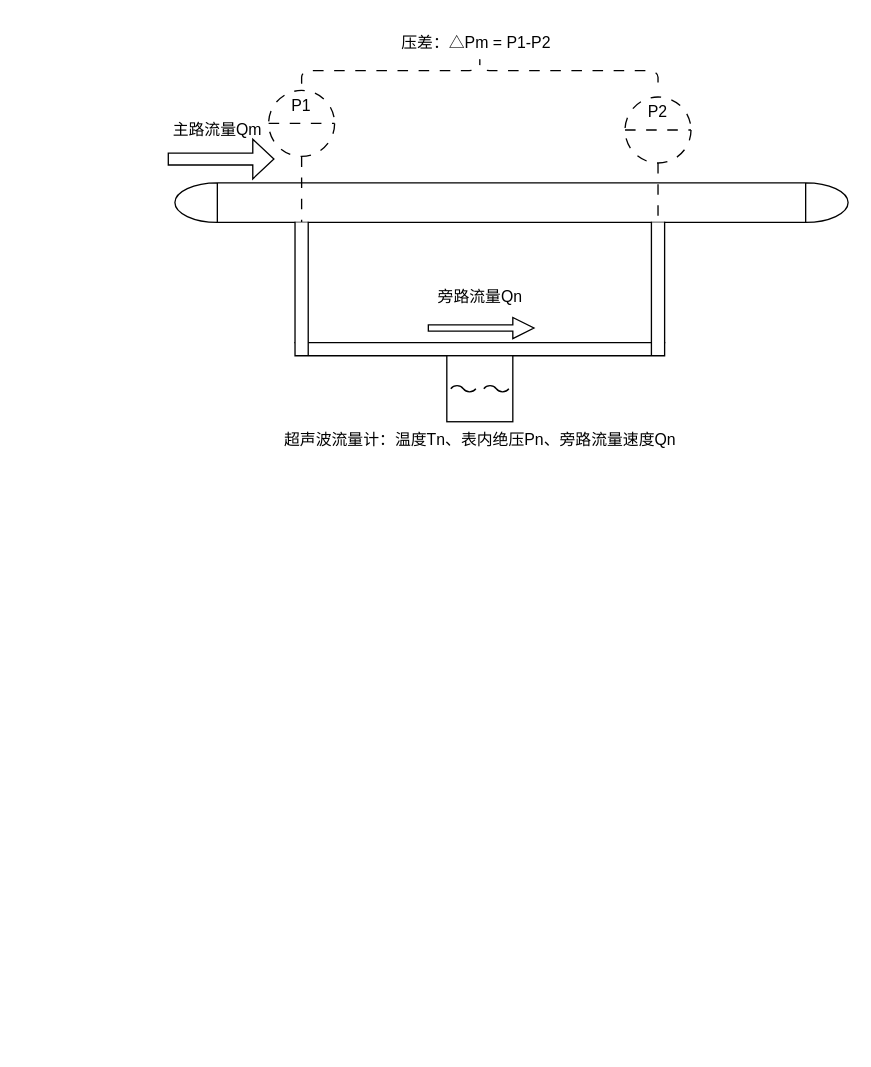
This is TinyMLMeter方案.drawio from xudong8/draw-io, a draw.io file, before an edit. Source tidied: cells renumbered, new cells numbered last; positions are measured from the earlier drawing's top-left corner, leaving out a move shared by most shapes. Both pictures are drawn from the tidied source at 132%, with x=0, y=0 at pixel (157, -108).
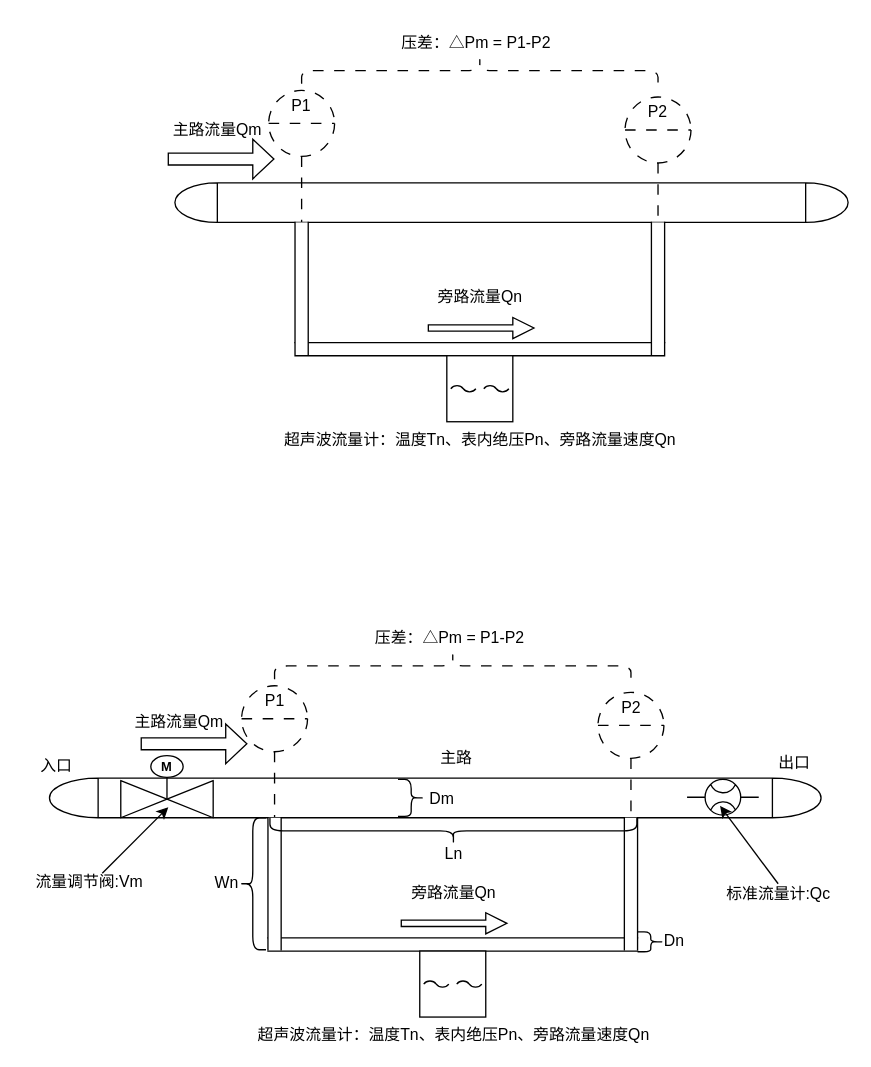
The same diagram, later.

Change to the diagram source:
```diff
@@
+    <mxCell id="15" style="shape=mxgraph.pid.vessels.drum_or_condenser;html=1;align=center;verticalLabelPosition=bottom;verticalAlign=top;dashed=0;" parent="1" vertex="1">
+      <mxGeometry x="-82" y="671" width="584.5" height="30" as="geometry" />
+    </mxCell>
+    <mxCell id="16" style="html=1;dashed=0;whiteSpace=wrap;shape=partialRectangle;right=0;left=0;" parent="1" vertex="1">
+      <mxGeometry x="83.5" y="792" width="280" height="10" as="geometry" />
+    </mxCell>
+    <mxCell id="17" value="超声波流量计：温度Tn、表内绝压Pn、旁路流量速度Qn" style="verticalLabelPosition=bottom;align=center;dashed=0;html=1;verticalAlign=top;shape=mxgraph.pid.flow_sensors.ultrasonic;" parent="1" vertex="1">
+      <mxGeometry x="198.5" y="802" width="50" height="50" as="geometry" />
+    </mxCell>
+    <mxCell id="18" value="&lt;table cellpadding=&quot;0&quot; cellspacing=&quot;0&quot; style=&quot;font-size:1em;width:100%;height:100%;&quot;&gt;&lt;tbody&gt;&lt;tr&gt;&lt;td align=&quot;center&quot; height=&quot;25&quot;&gt;P1&lt;/td&gt;&lt;/tr&gt;&lt;tr&gt;&lt;td align=&quot;center&quot; height=&quot;25&quot;&gt;&lt;br&gt;&lt;/td&gt;&lt;/tr&gt;&lt;tr&gt;&lt;td align=&quot;center&quot; valign=&quot;bottom&quot;&gt;&lt;/td&gt;&lt;/tr&gt;&lt;/tbody&gt;&lt;/table&gt;" style="html=1;align=center;dashed=1;shape=mxgraph.pid2inst.indicator;mounting=room;overflow=fill;indType=inst;dashPattern=8 8;" parent="1" vertex="1">
+      <mxGeometry x="63.5" y="601" width="50" height="100" as="geometry" />
+    </mxCell>
+    <mxCell id="19" value="&lt;table cellpadding=&quot;0&quot; cellspacing=&quot;0&quot; style=&quot;font-size:1em;width:100%;height:100%;&quot;&gt;&lt;tbody&gt;&lt;tr&gt;&lt;td align=&quot;center&quot; height=&quot;25&quot;&gt;P2&lt;/td&gt;&lt;/tr&gt;&lt;tr&gt;&lt;td align=&quot;center&quot; height=&quot;25&quot;&gt;&lt;br&gt;&lt;/td&gt;&lt;/tr&gt;&lt;tr&gt;&lt;td align=&quot;center&quot; valign=&quot;bottom&quot;&gt;&lt;/td&gt;&lt;/tr&gt;&lt;/tbody&gt;&lt;/table&gt;" style="html=1;align=center;dashed=1;shape=mxgraph.pid2inst.indicator;mounting=room;overflow=fill;indType=inst;dashPattern=8 8;" parent="1" vertex="1">
+      <mxGeometry x="333.5" y="606" width="50" height="100" as="geometry" />
+    </mxCell>
+    <mxCell id="20" style="html=1;dashed=0;whiteSpace=wrap;shape=partialRectangle;right=0;left=0;rotation=-90;" parent="1" vertex="1">
+      <mxGeometry x="308.5" y="746" width="100" height="10" as="geometry" />
+    </mxCell>
+    <mxCell id="21" style="html=1;dashed=0;whiteSpace=wrap;shape=partialRectangle;right=0;left=0;rotation=-90;" parent="1" vertex="1">
+      <mxGeometry x="38.5" y="746" width="100" height="10" as="geometry" />
+    </mxCell>
+    <mxCell id="22" style="shape=singleArrow;whiteSpace=wrap;html=1;" parent="1" vertex="1">
+      <mxGeometry x="-12.5" y="630" width="80" height="30" as="geometry" />
+    </mxCell>
+    <mxCell id="23" style="shape=singleArrow;whiteSpace=wrap;html=1;" parent="1" vertex="1">
+      <mxGeometry x="184.5" y="773" width="80" height="16" as="geometry" />
+    </mxCell>
+    <mxCell id="24" value="主路流量Qm" style="text;html=1;align=center;verticalAlign=middle;strokeColor=none;fillColor=none;" parent="1" vertex="1">
+      <mxGeometry x="-29.5" y="614" width="90" height="30" as="geometry" />
+    </mxCell>
+    <mxCell id="25" value="旁路流量Qn" style="text;html=1;align=center;verticalAlign=middle;strokeColor=none;fillColor=none;" parent="1" vertex="1">
+      <mxGeometry x="178.5" y="743" width="90" height="30" as="geometry" />
+    </mxCell>
+    <mxCell id="26" style="shape=curlyBracket;whiteSpace=wrap;html=1;rounded=1;flipH=1;labelPosition=right;verticalLabelPosition=middle;align=left;verticalAlign=middle;rotation=-90;dashed=1;dashPattern=8 8;" parent="1" vertex="1">
+      <mxGeometry x="213.5" y="451" width="20" height="270" as="geometry" />
+    </mxCell>
+    <mxCell id="27" value="压差：△Pm = P1-P2" style="text;html=1;align=center;verticalAlign=middle;strokeColor=none;fillColor=none;dashed=1;dashPattern=8 8;" parent="1" vertex="1">
+      <mxGeometry x="155.5" y="550" width="130" height="30" as="geometry" />
+    </mxCell>
+    <mxCell id="28" style="verticalLabelPosition=bottom;align=center;html=1;verticalAlign=top;dashed=0;shape=mxgraph.pid2valves.valve;valveType=gate;actuator=motor;direction=east;" parent="1" vertex="1">
+      <mxGeometry x="-28" y="654" width="70" height="47" as="geometry" />
+    </mxCell>
+    <mxCell id="29" value="入口" style="text;html=1;align=center;verticalAlign=middle;strokeColor=none;fillColor=none;" parent="1" vertex="1">
+      <mxGeometry x="-98" y="649" width="42" height="26" as="geometry" />
+    </mxCell>
+    <mxCell id="30" value="出口" style="text;html=1;align=center;verticalAlign=middle;strokeColor=none;fillColor=none;" parent="1" vertex="1">
+      <mxGeometry x="461" y="647" width="42" height="26" as="geometry" />
+    </mxCell>
+    <mxCell id="31" value="主路" style="text;html=1;align=center;verticalAlign=middle;strokeColor=none;fillColor=none;" parent="1" vertex="1">
+      <mxGeometry x="205" y="643" width="42" height="26" as="geometry" />
+    </mxCell>
+    <mxCell id="32" style="verticalLabelPosition=bottom;html=1;verticalAlign=top;fillColor=strokeColor;align=center;shape=mxgraph.fluid_power.x11910;direction=south;" parent="1" vertex="1">
+      <mxGeometry x="401" y="672" width="54.3" height="27" as="geometry" />
+    </mxCell>
+    <mxCell id="33" style="endArrow=classic;html=1;rounded=0;" parent="1" edge="1">
+      <mxGeometry relative="1" as="geometry">
+        <mxPoint x="-42" y="743" as="sourcePoint" />
+        <mxPoint x="8" y="693" as="targetPoint" />
+      </mxGeometry>
+    </mxCell>
+    <mxCell id="34" value="流量调节阀:Vm" style="text;html=1;align=center;verticalAlign=middle;strokeColor=none;fillColor=none;" parent="1" vertex="1">
+      <mxGeometry x="-102" y="737" width="99" height="26" as="geometry" />
+    </mxCell>
+    <mxCell id="35" style="endArrow=classic;html=1;rounded=0;" parent="1" edge="1">
+      <mxGeometry relative="1" as="geometry">
+        <mxPoint x="470" y="751" as="sourcePoint" />
+        <mxPoint x="426" y="692" as="targetPoint" />
+      </mxGeometry>
+    </mxCell>
+    <mxCell id="36" value="标准流量计:Qc" style="text;html=1;align=center;verticalAlign=middle;strokeColor=none;fillColor=none;" parent="1" vertex="1">
+      <mxGeometry x="421" y="746" width="97" height="26" as="geometry" />
+    </mxCell>
+    <mxCell id="37" style="shape=curlyBracket;whiteSpace=wrap;html=1;rounded=1;flipH=1;labelPosition=right;verticalLabelPosition=middle;align=left;verticalAlign=middle;" parent="1" vertex="1">
+      <mxGeometry x="182" y="672" width="20" height="28" as="geometry" />
+    </mxCell>
+    <mxCell id="38" value="Dm" style="text;html=1;align=center;verticalAlign=middle;strokeColor=none;fillColor=none;" parent="1" vertex="1">
+      <mxGeometry x="196.5" y="674" width="37" height="26" as="geometry" />
+    </mxCell>
+    <mxCell id="39" style="shape=curlyBracket;whiteSpace=wrap;html=1;rounded=1;flipH=1;labelPosition=right;verticalLabelPosition=middle;align=left;verticalAlign=middle;direction=east;size=0.5;" parent="1" vertex="1">
+      <mxGeometry x="363.5" y="787.5" width="20" height="15" as="geometry" />
+    </mxCell>
+    <mxCell id="40" value="Dn" style="text;html=1;align=center;verticalAlign=middle;strokeColor=none;fillColor=none;" parent="1" vertex="1">
+      <mxGeometry x="374" y="782" width="33" height="26" as="geometry" />
+    </mxCell>
+    <mxCell id="41" style="shape=curlyBracket;whiteSpace=wrap;html=1;rounded=1;labelPosition=left;verticalLabelPosition=middle;align=right;verticalAlign=middle;direction=north;" parent="1" vertex="1">
+      <mxGeometry x="85" y="701" width="278" height="20" as="geometry" />
+    </mxCell>
+    <mxCell id="42" style="shape=curlyBracket;whiteSpace=wrap;html=1;rounded=1;flipH=1;labelPosition=right;verticalLabelPosition=middle;align=left;verticalAlign=middle;direction=west;size=0.5;" parent="1" vertex="1">
+      <mxGeometry x="62" y="701" width="20" height="100" as="geometry" />
+    </mxCell>
+    <mxCell id="43" value="Wn" style="text;html=1;align=center;verticalAlign=middle;strokeColor=none;fillColor=none;" parent="1" vertex="1">
+      <mxGeometry x="34" y="738" width="36" height="26" as="geometry" />
+    </mxCell>
+    <mxCell id="44" value="Ln" style="text;html=1;align=center;verticalAlign=middle;strokeColor=none;fillColor=none;" parent="1" vertex="1">
+      <mxGeometry x="208" y="716" width="31" height="26" as="geometry" />
+    </mxCell>
```
